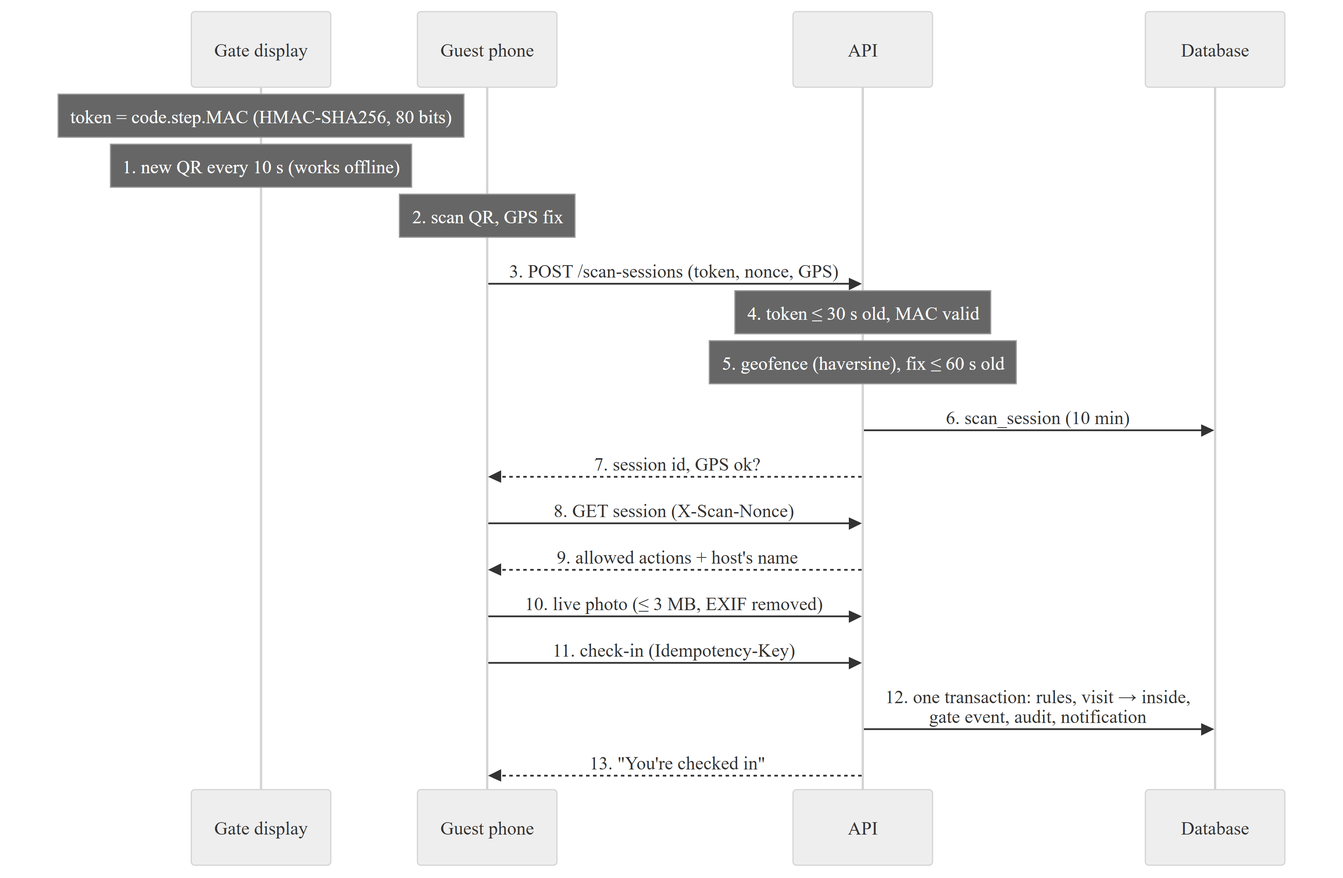
keeratpunia/HAVEN keeps this Mermaid diagram as docs/report/diagrams/gate-sequence.png. Above is the earlier version. Its source is kept beside it as docs/report/diagrams/gate-sequence.mmd.
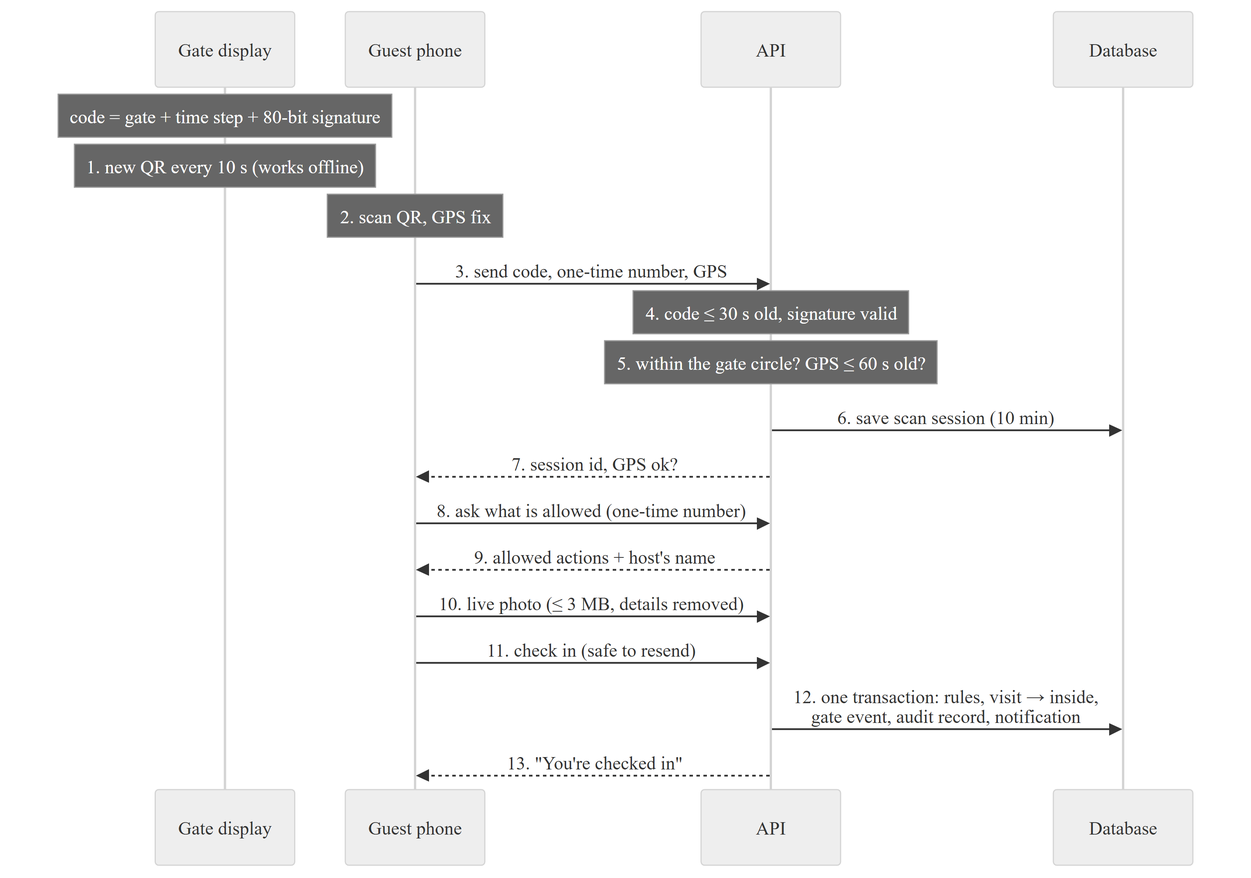
After the change.

What changed in the source:
```diff
@@ -3,17 +3,17 @@
   participant P as Guest phone
   participant A as API
   participant DB as Database
-  Note over D: token = code.step.MAC (HMAC-SHA256, 80 bits)
+  Note over D: code = gate + time step + 80-bit signature
   Note over D: 1. new QR every 10 s (works offline)
   Note over P: 2. scan QR, GPS fix
-  P->>A: 3. POST /scan-sessions (token, nonce, GPS)
-  Note over A: 4. token ≤ 30 s old, MAC valid
-  Note over A: 5. geofence (haversine), fix ≤ 60 s old
-  A->>DB: 6. scan_session (10 min)
+  P->>A: 3. send code, one-time number, GPS
+  Note over A: 4. code ≤ 30 s old, signature valid
+  Note over A: 5. within the gate circle? GPS ≤ 60 s old?
+  A->>DB: 6. save scan session (10 min)
   A-->>P: 7. session id, GPS ok?
-  P->>A: 8. GET session (X-Scan-Nonce)
+  P->>A: 8. ask what is allowed (one-time number)
   A-->>P: 9. allowed actions + host's name
-  P->>A: 10. live photo (≤ 3 MB, EXIF removed)
-  P->>A: 11. check-in (Idempotency-Key)
-  A->>DB: 12. one transaction: rules, visit → inside,<br/>gate event, audit, notification
+  P->>A: 10. live photo (≤ 3 MB, details removed)
+  P->>A: 11. check in (safe to resend)
+  A->>DB: 12. one transaction: rules, visit → inside,<br/>gate event, audit record, notification
   A-->>P: 13. "You're checked in"
```
